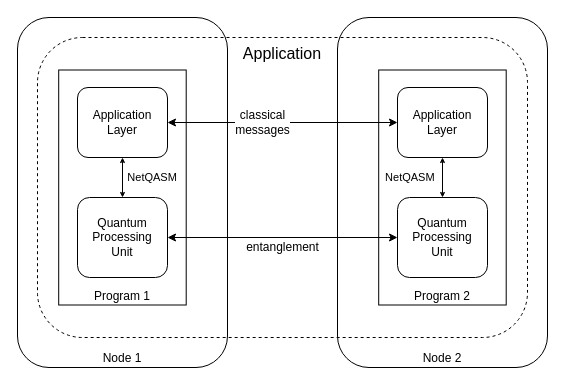
Above: figures/netqasm/multi_program_app_2.drawio in bvdvecht/phd-thesis (draw.io), before the change. Source tidied: cells renumbered, new cells numbered last; positions are measured from the earlier drawing's top-left corner, leaving out a move shared by most shapes. Both pictures are drawn from the tidied source at 100%, with x=0, y=0 at pixel (17, 17).
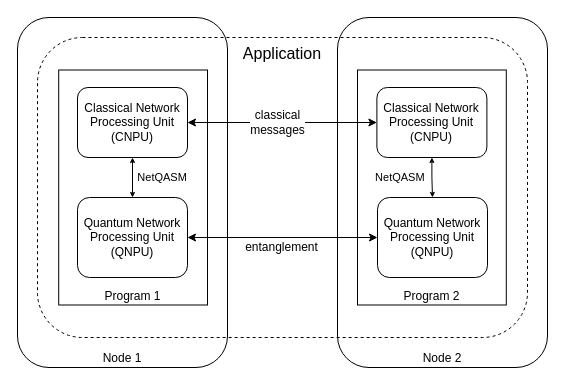
The same diagram, later.

The edit, as a diff of the source:
```diff
@@
 <mxGraphModel background="#FFFFFF">
   <root>
     <mxCell id="0" />
     <mxCell id="1" parent="0" />
     <mxCell id="2" value="Node 2" style="rounded=1;whiteSpace=wrap;html=1;verticalAlign=bottom;" parent="1" vertex="1">
       <mxGeometry x="320" width="210" height="350" as="geometry" />
     </mxCell>
     <mxCell id="3" value="Node 1" style="rounded=1;whiteSpace=wrap;html=1;verticalAlign=bottom;" parent="1" vertex="1">
       <mxGeometry width="210" height="350" as="geometry" />
     </mxCell>
     <mxCell id="4" value="Application" style="rounded=1;whiteSpace=wrap;html=1;fillColor=none;dashed=1;verticalAlign=top;fontSize=16;" parent="1" vertex="1">
       <mxGeometry x="20" y="20" width="490" height="300" as="geometry" />
     </mxCell>
     <mxCell id="5" value="Program 2" style="rounded=0;whiteSpace=wrap;html=1;verticalAlign=bottom;" parent="1" vertex="1">
-      <mxGeometry x="361.2" y="52.5" width="127.5" height="235" as="geometry" />
+      <mxGeometry x="340" y="52.5" width="148.8" height="235" as="geometry" />
     </mxCell>
     <mxCell id="6" value="Program 1" style="rounded=0;whiteSpace=wrap;html=1;verticalAlign=bottom;" parent="1" vertex="1">
-      <mxGeometry x="41.2" y="52.5" width="127.5" height="235" as="geometry" />
+      <mxGeometry x="41.2" y="52.5" width="148.8" height="235" as="geometry" />
     </mxCell>
     <mxCell id="7" value="&amp;nbsp; &amp;nbsp;NetQASM" style="edgeStyle=orthogonalEdgeStyle;rounded=0;jettySize=auto;html=1;exitX=0.5;exitY=1;exitDx=0;exitDy=0;entryX=0.5;entryY=0;entryDx=0;entryDy=0;startArrow=classic;startFill=1;endSize=3;startSize=3;fontSize=11;labelBackgroundColor=none;" parent="1" edge="1" source="8" target="9">
       <mxGeometry y="25" relative="1" as="geometry" />
     </mxCell>
-    <mxCell id="8" value="Application&lt;br&gt;Layer" style="rounded=1;whiteSpace=wrap;html=1;verticalAlign=middle;" parent="1" vertex="1">
-      <mxGeometry x="60" y="70" width="90" height="70" as="geometry" />
+    <mxCell id="8" value="Classical Network Processing&amp;nbsp;&lt;span style=&quot;background-color: initial;&quot;&gt;Unit&lt;/span&gt;&lt;div&gt;&lt;div&gt;(CNPU)&lt;/div&gt;&lt;/div&gt;" style="rounded=1;whiteSpace=wrap;html=1;verticalAlign=middle;" parent="1" vertex="1">
+      <mxGeometry x="60" y="70" width="110" height="70" as="geometry" />
     </mxCell>
-    <mxCell id="9" value="Quantum&lt;br&gt;Processing&lt;br&gt;Unit" style="rounded=1;whiteSpace=wrap;html=1;verticalAlign=middle;" parent="1" vertex="1">
-      <mxGeometry x="60" y="180" width="90" height="80" as="geometry" />
+    <mxCell id="9" value="Quantum&amp;nbsp;&lt;span style=&quot;background-color: initial;&quot;&gt;Network&lt;/span&gt;&lt;div&gt;Processing Unit&lt;/div&gt;&lt;div&gt;(QNPU)&lt;/div&gt;" style="rounded=1;whiteSpace=wrap;html=1;verticalAlign=middle;" parent="1" vertex="1">
+      <mxGeometry x="60" y="180" width="110" height="80" as="geometry" />
     </mxCell>
-    <mxCell id="10" value="Application&lt;br&gt;Layer" style="rounded=1;whiteSpace=wrap;html=1;verticalAlign=middle;" parent="1" vertex="1">
-      <mxGeometry x="380" y="70" width="90" height="70" as="geometry" />
+    <mxCell id="10" value="Classical Network Processing&amp;nbsp;&lt;span style=&quot;background-color: initial;&quot;&gt;Unit&lt;/span&gt;&lt;div&gt;(CNPU)&lt;/div&gt;" style="rounded=1;whiteSpace=wrap;html=1;verticalAlign=middle;" parent="1" vertex="1">
+      <mxGeometry x="359.4" y="70" width="110" height="70" as="geometry" />
     </mxCell>
-    <mxCell id="11" value="Quantum&lt;br&gt;Processing&lt;br&gt;Unit" style="rounded=1;whiteSpace=wrap;html=1;verticalAlign=middle;" parent="1" vertex="1">
-      <mxGeometry x="380" y="180" width="90" height="80" as="geometry" />
+    <mxCell id="11" value="Quantum&amp;nbsp;&lt;span style=&quot;background-color: initial;&quot;&gt;Network&lt;/span&gt;&lt;div&gt;Processing Unit&lt;/div&gt;&lt;div&gt;(QNPU)&lt;/div&gt;" style="rounded=1;whiteSpace=wrap;html=1;verticalAlign=middle;" parent="1" vertex="1">
+      <mxGeometry x="360" y="180" width="110" height="80" as="geometry" />
     </mxCell>
-    <mxCell id="12" value="classical&lt;br style=&quot;font-size: 12px;&quot;&gt;messages" style="edgeStyle=orthogonalEdgeStyle;rounded=0;jettySize=auto;html=1;exitX=1;exitY=0.5;exitDx=0;exitDy=0;startArrow=classic;startFill=1;fontSize=12;" parent="1" edge="1" source="8">
-      <mxGeometry y="-20" relative="1" as="geometry">
-        <mxPoint x="380" y="105" as="targetPoint" />
-      </mxGeometry>
+    <mxCell id="12" value="classical&lt;br style=&quot;font-size: 12px;&quot;&gt;messages" style="edgeStyle=orthogonalEdgeStyle;rounded=0;jettySize=auto;html=1;exitX=1;exitY=0.5;exitDx=0;exitDy=0;startArrow=classic;startFill=1;fontSize=12;entryX=0;entryY=0.5;entryDx=0;entryDy=0;" parent="1" edge="1" source="8" target="10">
+      <mxGeometry x="-0.05" relative="1" as="geometry" />
     </mxCell>
     <mxCell id="13" value="entanglement" style="edgeStyle=orthogonalEdgeStyle;rounded=0;jettySize=auto;html=1;exitX=1;exitY=0.5;exitDx=0;exitDy=0;entryX=0;entryY=0.5;entryDx=0;entryDy=0;startArrow=classic;startFill=1;fontSize=12;spacingLeft=-11;align=center;spacingTop=0;" parent="1" edge="1" source="9" target="11">
       <mxGeometry x="0.04" y="-10" relative="1" as="geometry" />
     </mxCell>
     <mxCell id="14" value="NetQASM&amp;nbsp; &amp;nbsp; &amp;nbsp;" style="edgeStyle=orthogonalEdgeStyle;rounded=0;jettySize=auto;html=1;exitX=0.5;exitY=1;exitDx=0;exitDy=0;startArrow=classic;startFill=1;endSize=3;startSize=3;fontSize=11;entryX=0.5;entryY=0;entryDx=0;entryDy=0;labelBackgroundColor=none;" parent="1" edge="1" source="10" target="11">
-      <mxGeometry y="-25" relative="1" as="geometry" />
+      <mxGeometry x="-0.02" y="-24" relative="1" as="geometry">
+        <mxPoint x="-24" y="-24" as="offset" />
+      </mxGeometry>
     </mxCell>
   </root>
 </mxGraphModel>
```
